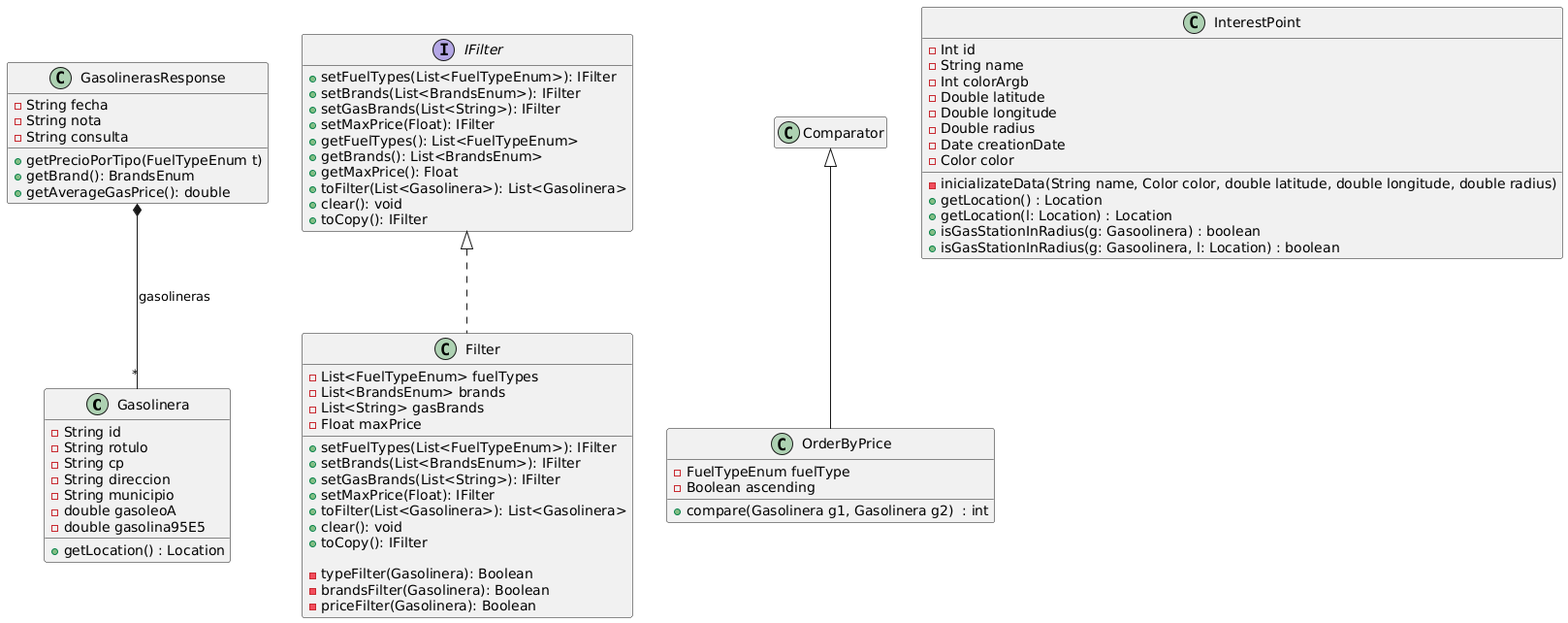
isunican/App-Gasolineras-Grupo1 keeps this PlantUML diagram as Docs/Models/domain.png. Above is the earlier version.
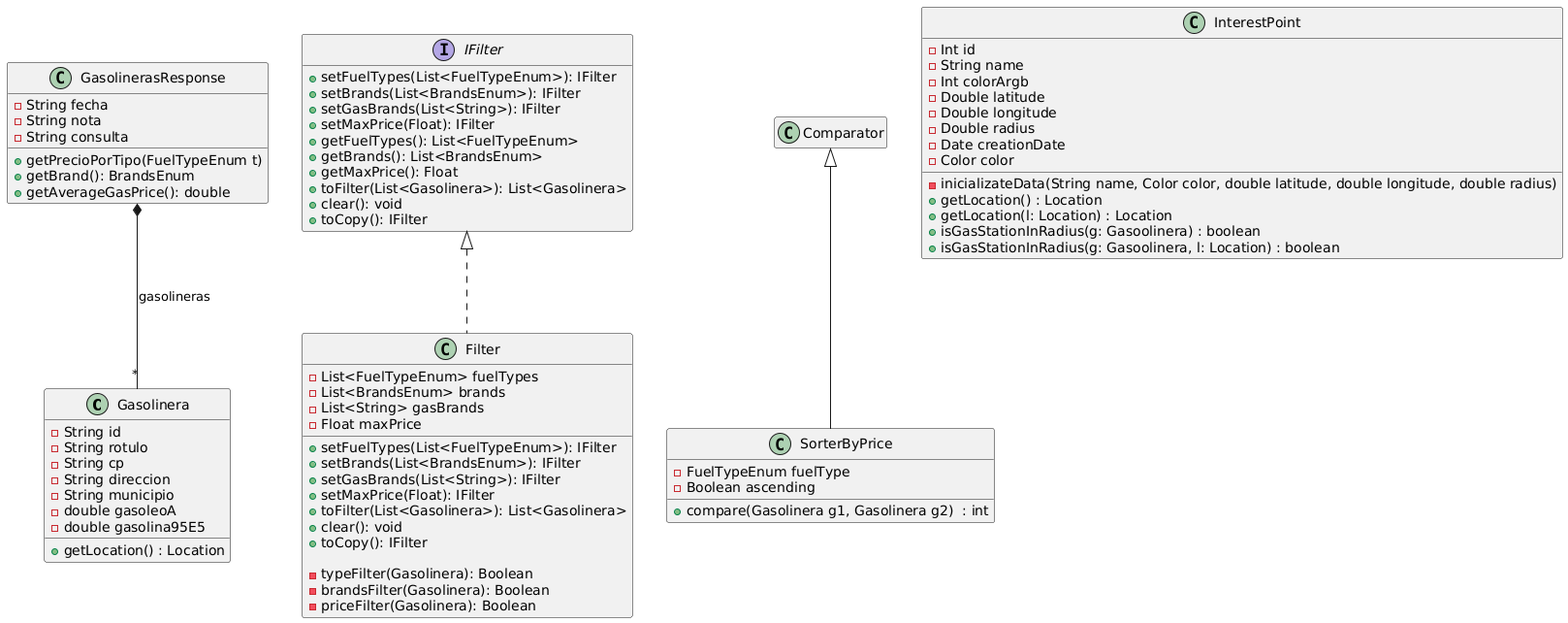
After the change.

Diff of the diagram source:
```diff
@@ -54,7 +54,7 @@
     - priceFilter(Gasolinera): Boolean
 }
 
-class OrderByPrice{
+class SorterByPrice{
 - FuelTypeEnum fuelType
 - Boolean ascending
 
@@ -80,7 +80,7 @@
 
 IFilter <|.. Filter
 
-Comparator <|-- OrderByPrice
+Comparator <|-- SorterByPrice
 
 GasolinerasResponse *-- "*" Gasolinera : gasolineras
 @enduml
```
